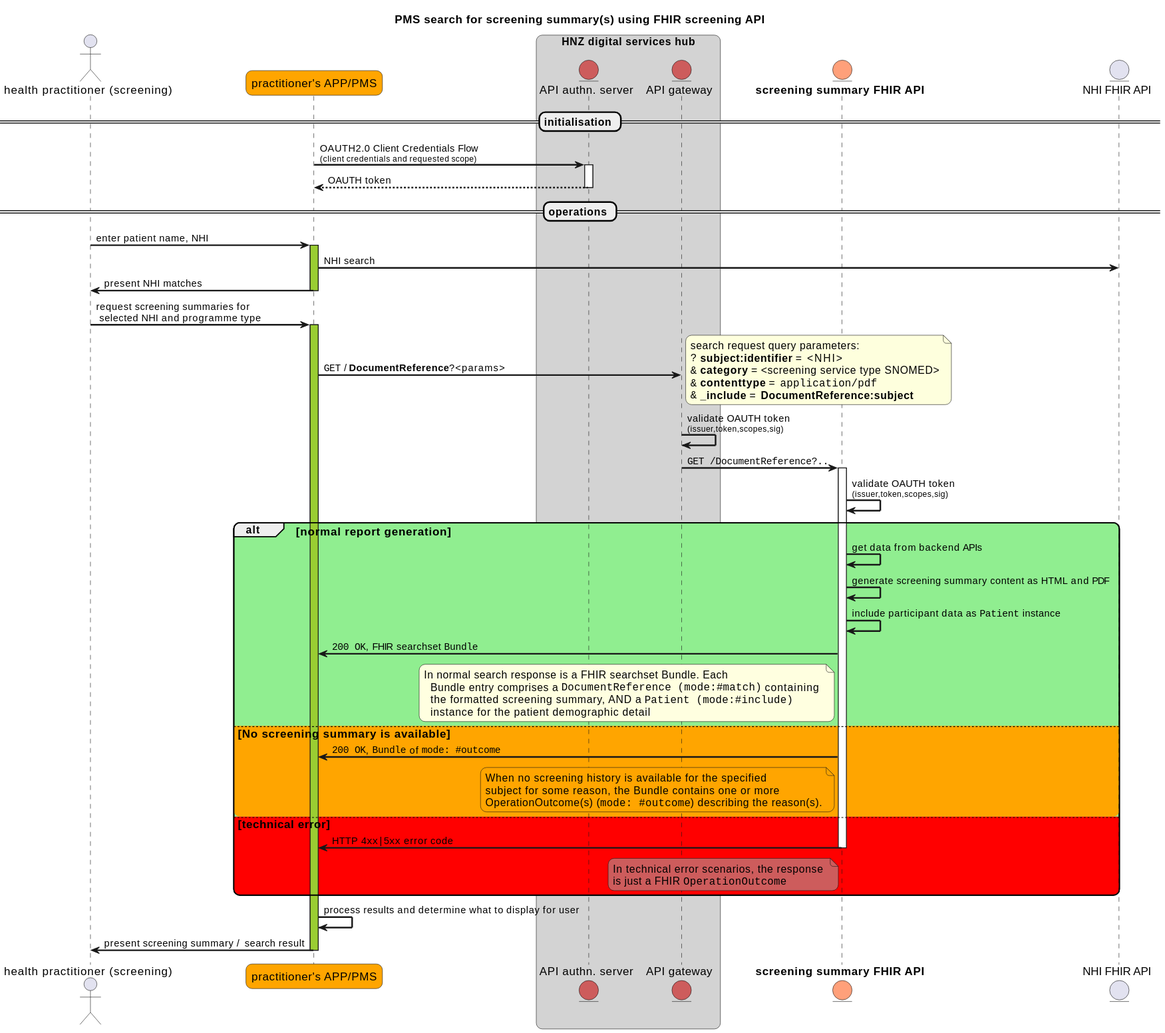
Above: input/images/seq-fhir-screening-API.svg in tewhatuora/fhir-screening (PlantUML), before the change.
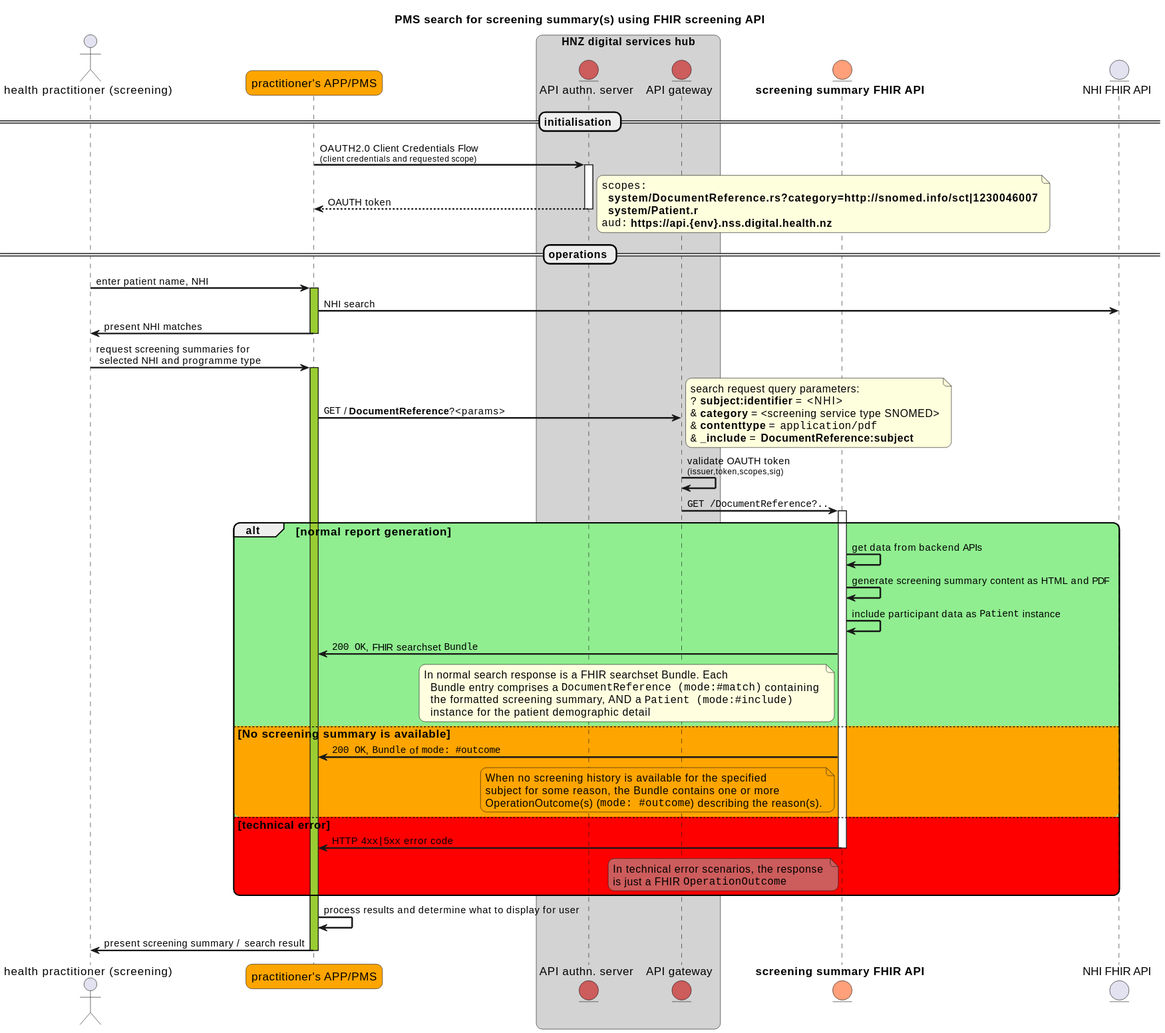
Later version of the same file.

Commit message:
Updated sequence diagram to remove dupl. token check and OAUTH token info

Change to the diagram source:
```diff
@@ -39,6 +39,12 @@
 
 APIC -> ROSIE++: OAUTH2.0 Client Credentials Flow\n<size:10>(client credentials and requested scope)</size>
 return OAUTH token
+note right
+  ""scopes:""
+    **system/DocumentReference.rs?category=http://snomed.info/sct|1230046007**
+    **system/Patient.r**
+  ""aud:"" **https://api.{env}.nss.digital.health.nz**
+end note
 
 == operations ==
 
@@ -58,7 +64,6 @@
 end note
 APIG -> APIG: validate OAUTH token\n<size:10>(issuer,token,scopes,sig)</size>
 APIG -> FHIR++: ""GET /DocumentReference?..""
-FHIR -> FHIR: validate OAUTH token\n<size:10>(issuer,token,scopes,sig)</size>
 alt #LightGreen normal report generation
 FHIR -> FHIR: get data from backend APIs
 FHIR -> FHIR: generate screening summary content as HTML and PDF
```
